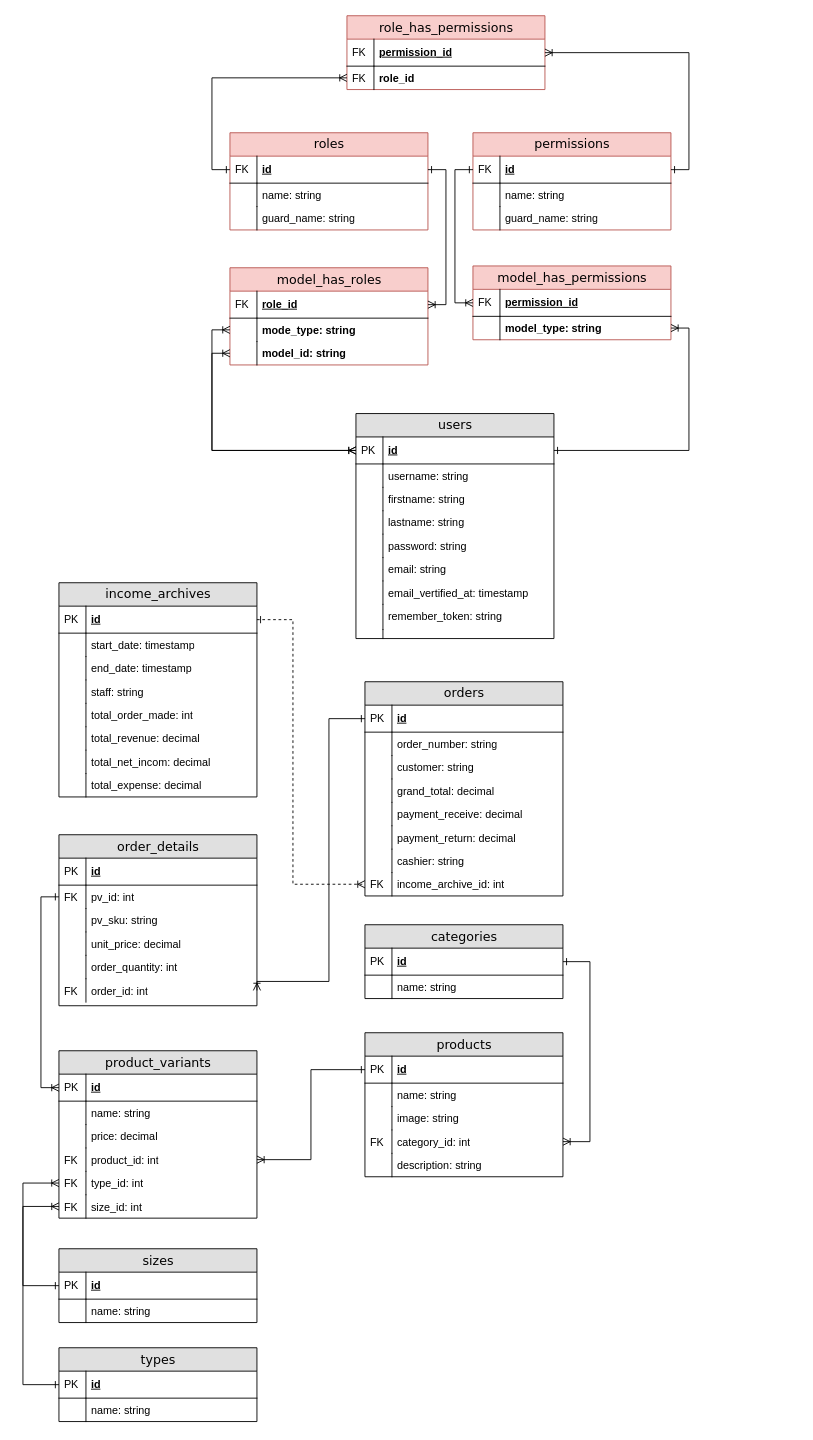
Above: database_design_table/coffee_pos_db.drawio in BruceWaynnee/coffeepos (draw.io), before the change. Source tidied: cells renumbered, new cells numbered last; positions are measured from the earlier drawing's top-left corner, leaving out a move shared by most shapes. Both pictures are drawn from the tidied source at 90%, with x=0, y=0 at pixel (-86, 15).
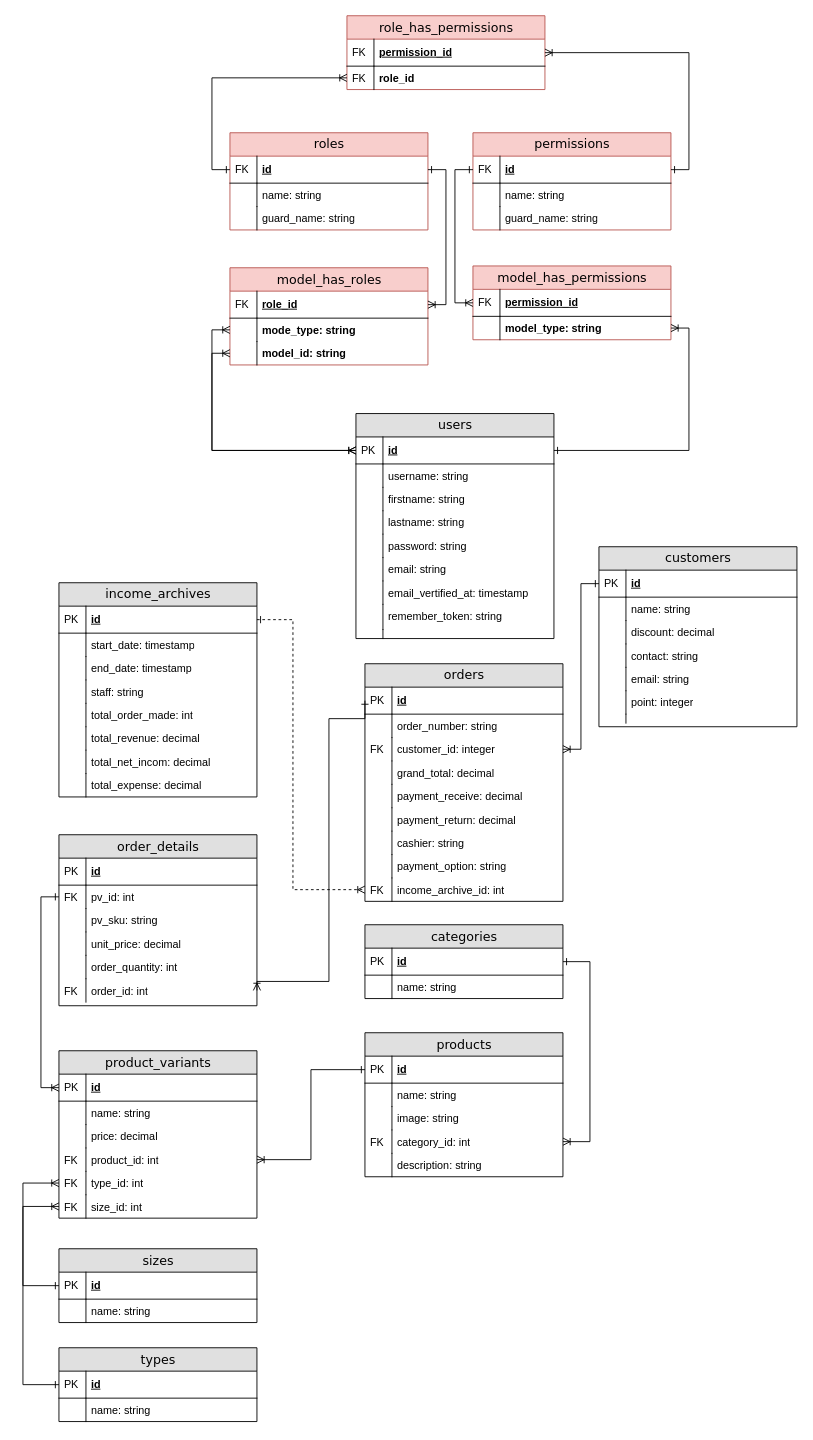
The same page after the edit.

Unchanged cells that the change refers to:
```xml
<mxCell id="136" value="id" style="shape=partialRectangle;top=0;left=0;right=0;bottom=1;html=1;align=left;verticalAlign=middle;fillColor=none;spacingLeft=34;spacingRight=4;whiteSpace=wrap;overflow=hidden;points=[[0,0.5],[1,0.5]];portConstraint=eastwest;fontStyle=5;" parent="135" vertex="1">
  <mxGeometry y="26" width="220" height="30" as="geometry" />
</mxCell>
```

Diff of the diagram source:
```diff
@@
     <mxCell id="69" value="orders" style="swimlane;html=1;fontStyle=0;horizontal=1;startSize=26;fillColor=#e0e0e0;swimlaneFillColor=#ffffff;align=center;rounded=0;shadow=0;comic=0;labelBackgroundColor=none;strokeWidth=1;fontFamily=Verdana;fontSize=14;swimlaneLine=1;" parent="1" vertex="1">
-      <mxGeometry x="500" y="740" width="220" height="238" as="geometry" />
+      <mxGeometry x="500" y="720" width="220" height="264" as="geometry" />
     </mxCell>
@@
-    <mxCell id="74" value="customer: string" style="shape=partialRectangle;top=0;left=0;right=0;bottom=0;html=1;align=left;verticalAlign=top;fillColor=none;spacingLeft=34;spacingRight=4;whiteSpace=wrap;overflow=hidden;points=[[0,0.5],[1,0.5]];portConstraint=eastwest;" parent="69" vertex="1">
+    <mxCell id="74" value="customer_id: integer" style="shape=partialRectangle;top=0;left=0;right=0;bottom=0;html=1;align=left;verticalAlign=top;fillColor=none;spacingLeft=34;spacingRight=4;whiteSpace=wrap;overflow=hidden;points=[[0,0.5],[1,0.5]];portConstraint=eastwest;" parent="69" vertex="1">
       <mxGeometry y="82" width="220" height="26" as="geometry" />
     </mxCell>
-    <mxCell id="75" style="shape=partialRectangle;top=0;left=0;bottom=0;html=1;fillColor=none;align=left;verticalAlign=top;spacingLeft=4;spacingRight=4;whiteSpace=wrap;overflow=hidden;" parent="74" vertex="1">
+    <mxCell id="75" value="FK" style="shape=partialRectangle;top=0;left=0;bottom=0;html=1;fillColor=none;align=left;verticalAlign=top;spacingLeft=4;spacingRight=4;whiteSpace=wrap;overflow=hidden;" parent="74" vertex="1">
       <mxGeometry width="30" height="26" as="geometry" />
     </mxCell>
@@
+    <mxCell id="153" value="payment_option: string" style="shape=partialRectangle;top=0;left=0;right=0;bottom=0;html=1;align=left;verticalAlign=top;fillColor=none;spacingLeft=34;spacingRight=4;whiteSpace=wrap;overflow=hidden;" parent="69" vertex="1">
+      <mxGeometry y="212" width="220" height="26" as="geometry" />
+    </mxCell>
+    <mxCell id="154" style="shape=partialRectangle;top=0;left=0;bottom=0;html=1;fillColor=none;align=left;verticalAlign=top;spacingLeft=4;spacingRight=4;whiteSpace=wrap;overflow=hidden;" parent="153" vertex="1">
+      <mxGeometry width="30" height="26" as="geometry" />
+    </mxCell>
     <mxCell id="84" value="income_archive_id: int" style="shape=partialRectangle;top=0;left=0;right=0;bottom=0;html=1;align=left;verticalAlign=top;fillColor=none;spacingLeft=34;spacingRight=4;whiteSpace=wrap;overflow=hidden;points=[[0,0.5],[1,0.5]];portConstraint=eastwest;" parent="69" vertex="1">
-      <mxGeometry y="212" width="220" height="26" as="geometry" />
+      <mxGeometry y="238" width="220" height="26" as="geometry" />
     </mxCell>
@@
     <mxCell id="152" style="edgeStyle=orthogonalEdgeStyle;rounded=0;jettySize=auto;html=1;entryX=0;entryY=0.5;entryDx=0;entryDy=0;startArrow=ERone;startFill=0;endArrow=ERoneToMany;endFill=0;dashed=1;" parent="1" edge="1" source="136" target="84">
       <mxGeometry relative="1" as="geometry">
         <Array as="points">
           <mxPoint x="420" y="671" />
-          <mxPoint x="420" y="965" />
+          <mxPoint x="420" y="971" />
         </Array>
       </mxGeometry>
     </mxCell>
+    <mxCell id="155" value="customers" style="swimlane;html=1;fontStyle=0;horizontal=1;startSize=26;fillColor=#e0e0e0;swimlaneFillColor=#ffffff;align=center;rounded=0;shadow=0;comic=0;labelBackgroundColor=none;strokeWidth=1;fontFamily=Verdana;fontSize=14;swimlaneLine=1;" parent="1" vertex="1">
+      <mxGeometry x="760" y="590" width="220" height="200" as="geometry" />
+    </mxCell>
+    <mxCell id="156" value="id" style="shape=partialRectangle;top=0;left=0;right=0;bottom=1;html=1;align=left;verticalAlign=middle;fillColor=none;spacingLeft=34;spacingRight=4;whiteSpace=wrap;overflow=hidden;points=[[0,0.5],[1,0.5]];portConstraint=eastwest;fontStyle=5;" parent="155" vertex="1">
+      <mxGeometry y="26" width="220" height="30" as="geometry" />
+    </mxCell>
+    <mxCell id="157" value="PK" style="shape=partialRectangle;top=0;left=0;bottom=0;html=1;fillColor=none;align=left;verticalAlign=middle;spacingLeft=4;spacingRight=4;whiteSpace=wrap;overflow=hidden;" parent="156" vertex="1">
+      <mxGeometry width="30" height="30" as="geometry" />
+    </mxCell>
+    <mxCell id="158" value="name: string" style="shape=partialRectangle;top=0;left=0;right=0;bottom=0;html=1;align=left;verticalAlign=top;fillColor=none;spacingLeft=34;spacingRight=4;whiteSpace=wrap;overflow=hidden;" parent="155" vertex="1">
+      <mxGeometry y="56" width="220" height="26" as="geometry" />
+    </mxCell>
+    <mxCell id="159" style="shape=partialRectangle;top=0;left=0;bottom=0;html=1;fillColor=none;align=left;verticalAlign=top;spacingLeft=4;spacingRight=4;whiteSpace=wrap;overflow=hidden;" parent="158" vertex="1">
+      <mxGeometry width="30" height="26" as="geometry" />
+    </mxCell>
+    <mxCell id="160" value="discount: decimal" style="shape=partialRectangle;top=0;left=0;right=0;bottom=0;html=1;align=left;verticalAlign=top;fillColor=none;spacingLeft=34;spacingRight=4;whiteSpace=wrap;overflow=hidden;" parent="155" vertex="1">
+      <mxGeometry y="82" width="220" height="26" as="geometry" />
+    </mxCell>
+    <mxCell id="161" style="shape=partialRectangle;top=0;left=0;bottom=0;html=1;fillColor=none;align=left;verticalAlign=top;spacingLeft=4;spacingRight=4;whiteSpace=wrap;overflow=hidden;" parent="160" vertex="1">
+      <mxGeometry width="30" height="26" as="geometry" />
+    </mxCell>
+    <mxCell id="162" value="contact: string" style="shape=partialRectangle;top=0;left=0;right=0;bottom=0;html=1;align=left;verticalAlign=top;fillColor=none;spacingLeft=34;spacingRight=4;whiteSpace=wrap;overflow=hidden;" parent="155" vertex="1">
+      <mxGeometry y="108" width="220" height="26" as="geometry" />
+    </mxCell>
+    <mxCell id="163" style="shape=partialRectangle;top=0;left=0;bottom=0;html=1;fillColor=none;align=left;verticalAlign=top;spacingLeft=4;spacingRight=4;whiteSpace=wrap;overflow=hidden;" parent="162" vertex="1">
+      <mxGeometry width="30" height="26" as="geometry" />
+    </mxCell>
+    <mxCell id="164" value="email: string" style="shape=partialRectangle;top=0;left=0;right=0;bottom=0;html=1;align=left;verticalAlign=top;fillColor=none;spacingLeft=34;spacingRight=4;whiteSpace=wrap;overflow=hidden;" parent="155" vertex="1">
+      <mxGeometry y="134" width="220" height="26" as="geometry" />
+    </mxCell>
+    <mxCell id="165" style="shape=partialRectangle;top=0;left=0;bottom=0;html=1;fillColor=none;align=left;verticalAlign=top;spacingLeft=4;spacingRight=4;whiteSpace=wrap;overflow=hidden;" parent="164" vertex="1">
+      <mxGeometry width="30" height="26" as="geometry" />
+    </mxCell>
+    <mxCell id="166" value="point: integer" style="shape=partialRectangle;top=0;left=0;right=0;bottom=0;html=1;align=left;verticalAlign=top;fillColor=none;spacingLeft=34;spacingRight=4;whiteSpace=wrap;overflow=hidden;" parent="155" vertex="1">
+      <mxGeometry y="160" width="220" height="26" as="geometry" />
+    </mxCell>
+    <mxCell id="167" style="shape=partialRectangle;top=0;left=0;bottom=0;html=1;fillColor=none;align=left;verticalAlign=top;spacingLeft=4;spacingRight=4;whiteSpace=wrap;overflow=hidden;" parent="166" vertex="1">
+      <mxGeometry width="30" height="26" as="geometry" />
+    </mxCell>
+    <mxCell id="168" style="shape=partialRectangle;top=0;left=0;right=0;bottom=0;html=1;align=left;verticalAlign=top;fillColor=none;spacingLeft=34;spacingRight=4;whiteSpace=wrap;overflow=hidden;" parent="155" vertex="1">
+      <mxGeometry y="186" width="220" height="10" as="geometry" />
+    </mxCell>
+    <mxCell id="169" style="shape=partialRectangle;top=0;left=0;bottom=0;html=1;fillColor=none;align=left;verticalAlign=top;spacingLeft=4;spacingRight=4;whiteSpace=wrap;overflow=hidden;" parent="168" vertex="1">
+      <mxGeometry width="30" height="10" as="geometry" />
+    </mxCell>
+    <mxCell id="170" style="edgeStyle=orthogonalEdgeStyle;rounded=0;jettySize=auto;html=1;entryX=1;entryY=0.5;entryDx=0;entryDy=0;startArrow=ERone;startFill=0;endArrow=ERoneToMany;endFill=0;" parent="1" edge="1" source="156" target="74">
+      <mxGeometry relative="1" as="geometry" />
+    </mxCell>
```
